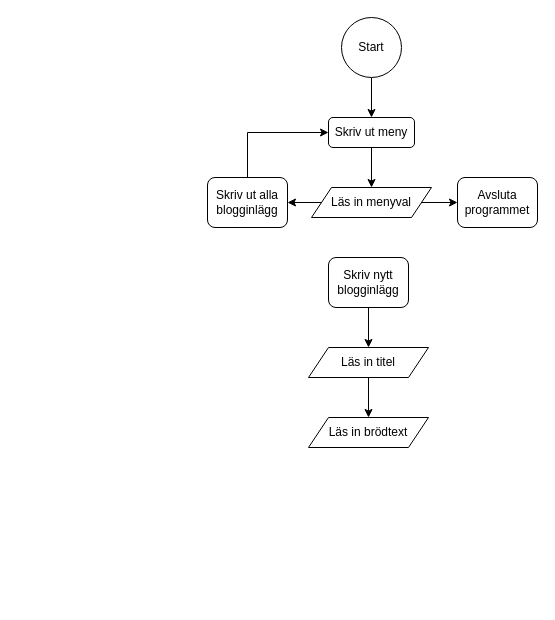
Above: Bloggen.drawio in JakeBow/shopping-list (draw.io), before the change. Source tidied: cells renumbered, new cells numbered last; positions are measured from the earlier drawing's top-left corner, leaving out a move shared by most shapes. Both pictures are drawn from the tidied source at 100%, with x=0, y=0 at pixel (207, 17).
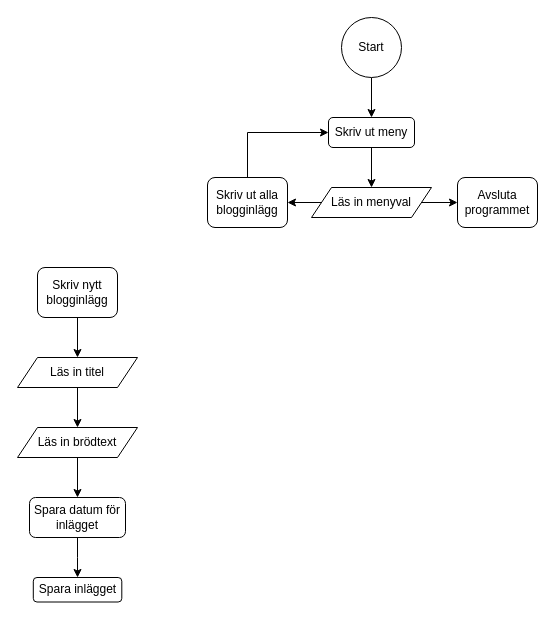
The same page after the edit.

What changed in the source:
```diff
@@
     <mxCell id="13" value="Skriv nytt blogginlägg" style="rounded=1;whiteSpace=wrap;html=1;" parent="1" vertex="1">
-      <mxGeometry x="121" y="240" width="80" height="50" as="geometry" />
+      <mxGeometry x="-170" y="250" width="80" height="50" as="geometry" />
     </mxCell>
@@
     <mxCell id="15" value="Läs in titel" style="shape=parallelogram;perimeter=parallelogramPerimeter;whiteSpace=wrap;html=1;fixedSize=1;" parent="1" vertex="1">
-      <mxGeometry x="101" y="330" width="120" height="30" as="geometry" />
+      <mxGeometry x="-190" y="340" width="120" height="30" as="geometry" />
     </mxCell>
+    <mxCell id="17" style="edgeStyle=orthogonalEdgeStyle;rounded=0;jettySize=auto;html=1;exitX=0.5;exitY=1;exitDx=0;exitDy=0;entryX=0.5;entryY=0;entryDx=0;entryDy=0;" parent="1" edge="1" source="16" target="19">
+      <mxGeometry relative="1" as="geometry" />
+    </mxCell>
     <mxCell id="16" value="Läs in brödtext" style="shape=parallelogram;perimeter=parallelogramPerimeter;whiteSpace=wrap;html=1;fixedSize=1;" parent="1" vertex="1">
-      <mxGeometry x="101" y="400" width="120" height="30" as="geometry" />
+      <mxGeometry x="-190" y="410" width="120" height="30" as="geometry" />
     </mxCell>
+    <mxCell id="18" style="edgeStyle=orthogonalEdgeStyle;rounded=0;jettySize=auto;html=1;exitX=0.5;exitY=1;exitDx=0;exitDy=0;entryX=0.5;entryY=0;entryDx=0;entryDy=0;" parent="1" edge="1" source="19" target="20">
+      <mxGeometry relative="1" as="geometry" />
+    </mxCell>
+    <mxCell id="19" value="Spara datum för inlägget" style="rounded=1;whiteSpace=wrap;html=1;" parent="1" vertex="1">
+      <mxGeometry x="-178" y="480" width="96" height="40" as="geometry" />
+    </mxCell>
+    <mxCell id="20" value="Spara inlägget" style="rounded=1;whiteSpace=wrap;html=1;" parent="1" vertex="1">
+      <mxGeometry x="-174.2" y="560" width="88.5" height="24.5" as="geometry" />
+    </mxCell>
```
